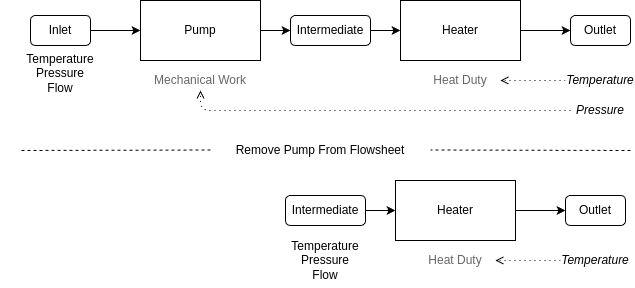
Earlier version of the draw.io export paper/assets/deleting-replacement.drawio.png (bertkdowns/pyomo-replace). Source tidied: cells renumbered, new cells last; positions are measured from the earlier drawing's top-left corner, leaving out a move shared by most shapes. The source it was exported from:
```xml
<mxGraphModel>
  <root>
    <mxCell id="0" />
    <mxCell id="1" parent="0" />
    <mxCell id="2" style="edgeStyle=none;html=1;" parent="1" edge="1" source="3" target="12">
      <mxGeometry relative="1" as="geometry" />
    </mxCell>
    <mxCell id="3" value="Pump" style="rounded=0;whiteSpace=wrap;html=1;" parent="1" vertex="1">
      <mxGeometry x="140" width="120" height="60" as="geometry" />
    </mxCell>
    <mxCell id="4" style="edgeStyle=none;html=1;" parent="1" edge="1" source="5">
      <mxGeometry relative="1" as="geometry">
        <mxPoint x="570" y="30" as="targetPoint" />
      </mxGeometry>
    </mxCell>
    <mxCell id="5" value="Heater" style="rounded=0;whiteSpace=wrap;html=1;" parent="1" vertex="1">
      <mxGeometry x="400" width="120" height="60" as="geometry" />
    </mxCell>
    <mxCell id="6" value="Mechanical Work" style="text;html=1;align=center;verticalAlign=middle;whiteSpace=wrap;rounded=0;fontColor=#666666;" parent="1" vertex="1">
      <mxGeometry x="140" y="70" width="120" height="20" as="geometry" />
    </mxCell>
    <mxCell id="7" value="Heat Duty" style="text;html=1;align=center;verticalAlign=middle;whiteSpace=wrap;rounded=0;fontColor=#666666;" parent="1" vertex="1">
      <mxGeometry x="420" y="70" width="80" height="20" as="geometry" />
    </mxCell>
    <mxCell id="8" value="Temperature&lt;div&gt;Pressure&lt;/div&gt;&lt;div&gt;Flow&lt;/div&gt;" style="text;html=1;align=center;verticalAlign=middle;whiteSpace=wrap;rounded=0;" parent="1" vertex="1">
      <mxGeometry y="45" width="120" height="55" as="geometry" />
    </mxCell>
    <mxCell id="9" style="edgeStyle=none;html=1;" parent="1" edge="1" source="10" target="3">
      <mxGeometry relative="1" as="geometry" />
    </mxCell>
    <mxCell id="10" value="Inlet" style="rounded=1;whiteSpace=wrap;html=1;" parent="1" vertex="1">
      <mxGeometry x="30" y="15" width="60" height="30" as="geometry" />
    </mxCell>
    <mxCell id="11" style="edgeStyle=none;html=1;" parent="1" edge="1" source="12" target="5">
      <mxGeometry relative="1" as="geometry" />
    </mxCell>
    <mxCell id="12" value="Intermediate" style="rounded=1;whiteSpace=wrap;html=1;" parent="1" vertex="1">
      <mxGeometry x="290" y="15" width="80" height="30" as="geometry" />
    </mxCell>
    <mxCell id="13" value="Outlet" style="rounded=1;whiteSpace=wrap;html=1;" parent="1" vertex="1">
      <mxGeometry x="570" y="15" width="60" height="30" as="geometry" />
    </mxCell>
    <mxCell id="14" style="edgeStyle=none;html=1;dashed=1;dashPattern=1 4;endArrow=open;endFill=0;" parent="1" edge="1" source="15" target="7">
      <mxGeometry relative="1" as="geometry" />
    </mxCell>
    <mxCell id="15" value="Temperature" style="text;html=1;align=center;verticalAlign=middle;whiteSpace=wrap;rounded=0;fontStyle=2;" parent="1" vertex="1">
      <mxGeometry x="565" y="70" width="70" height="20" as="geometry" />
    </mxCell>
    <mxCell id="16" style="edgeStyle=none;html=1;entryX=0.5;entryY=1;entryDx=0;entryDy=0;dashed=1;dashPattern=1 4;endArrow=open;endFill=0;" parent="1" edge="1" source="17" target="6">
      <mxGeometry relative="1" as="geometry">
        <Array as="points">
          <mxPoint x="200" y="110" />
        </Array>
      </mxGeometry>
    </mxCell>
    <mxCell id="17" value="Pressure" style="text;html=1;align=center;verticalAlign=middle;whiteSpace=wrap;rounded=0;fontStyle=2;" parent="1" vertex="1">
      <mxGeometry x="570" y="100" width="60" height="20" as="geometry" />
    </mxCell>
    <mxCell id="18" value="Remove Pump From Flowsheet" style="text;html=1;align=center;verticalAlign=middle;whiteSpace=wrap;rounded=0;" parent="1" vertex="1">
      <mxGeometry x="210" y="130" width="220" height="40" as="geometry" />
    </mxCell>
    <mxCell id="19" style="endArrow=none;html=1;dashed=1;" parent="1" edge="1">
      <mxGeometry relative="1" as="geometry">
        <mxPoint x="210" y="149.5" as="sourcePoint" />
        <mxPoint x="20" y="150" as="targetPoint" />
      </mxGeometry>
    </mxCell>
    <mxCell id="20" style="endArrow=none;html=1;dashed=1;" parent="1" edge="1">
      <mxGeometry relative="1" as="geometry">
        <mxPoint x="630" y="150" as="sourcePoint" />
        <mxPoint x="430" y="149.5" as="targetPoint" />
      </mxGeometry>
    </mxCell>
    <mxCell id="21" style="edgeStyle=none;html=1;" parent="1" edge="1" source="22">
      <mxGeometry relative="1" as="geometry">
        <mxPoint x="565" y="210" as="targetPoint" />
      </mxGeometry>
    </mxCell>
    <mxCell id="22" value="Heater" style="rounded=0;whiteSpace=wrap;html=1;" parent="1" vertex="1">
      <mxGeometry x="395" y="180" width="120" height="60" as="geometry" />
    </mxCell>
    <mxCell id="23" value="Heat Duty" style="text;html=1;align=center;verticalAlign=middle;whiteSpace=wrap;rounded=0;fontColor=#666666;" parent="1" vertex="1">
      <mxGeometry x="415" y="250" width="80" height="20" as="geometry" />
    </mxCell>
    <mxCell id="24" value="Temperature&lt;div&gt;Pressure&lt;/div&gt;&lt;div&gt;Flow&lt;/div&gt;" style="text;html=1;align=center;verticalAlign=middle;whiteSpace=wrap;rounded=0;" parent="1" vertex="1">
      <mxGeometry x="265" y="232.5" width="120" height="55" as="geometry" />
    </mxCell>
    <mxCell id="25" style="edgeStyle=none;html=1;" parent="1" edge="1" source="26" target="22">
      <mxGeometry relative="1" as="geometry" />
    </mxCell>
    <mxCell id="26" value="Intermediate" style="rounded=1;whiteSpace=wrap;html=1;" parent="1" vertex="1">
      <mxGeometry x="285" y="195" width="80" height="30" as="geometry" />
    </mxCell>
    <mxCell id="27" value="Outlet" style="rounded=1;whiteSpace=wrap;html=1;" parent="1" vertex="1">
      <mxGeometry x="565" y="195" width="60" height="30" as="geometry" />
    </mxCell>
    <mxCell id="28" style="edgeStyle=none;html=1;dashed=1;dashPattern=1 4;endArrow=open;endFill=0;" parent="1" edge="1" source="29" target="23">
      <mxGeometry relative="1" as="geometry" />
    </mxCell>
    <mxCell id="29" value="Temperature" style="text;html=1;align=center;verticalAlign=middle;whiteSpace=wrap;rounded=0;fontStyle=2;" parent="1" vertex="1">
      <mxGeometry x="560" y="250" width="70" height="20" as="geometry" />
    </mxCell>
  </root>
</mxGraphModel>
```
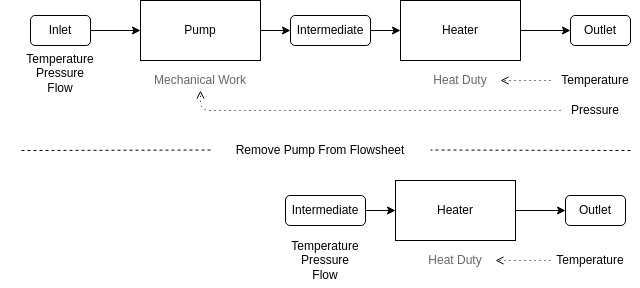
The same diagram one commit later.

The edit, as a diff of the source:
```diff
@@ -43,8 +43,8 @@
     <mxCell id="14" style="edgeStyle=none;html=1;dashed=1;dashPattern=1 4;endArrow=open;endFill=0;" parent="1" edge="1" source="15" target="7">
       <mxGeometry relative="1" as="geometry" />
     </mxCell>
-    <mxCell id="15" value="Temperature" style="text;html=1;align=center;verticalAlign=middle;whiteSpace=wrap;rounded=0;fontStyle=2;" parent="1" vertex="1">
-      <mxGeometry x="565" y="70" width="70" height="20" as="geometry" />
+    <mxCell id="15" value="Temperature" style="text;html=1;align=center;verticalAlign=middle;whiteSpace=wrap;rounded=0;fontStyle=0;" parent="1" vertex="1">
+      <mxGeometry x="550" y="70" width="90" height="20" as="geometry" />
     </mxCell>
     <mxCell id="16" style="edgeStyle=none;html=1;entryX=0.5;entryY=1;entryDx=0;entryDy=0;dashed=1;dashPattern=1 4;endArrow=open;endFill=0;" parent="1" edge="1" source="17" target="6">
       <mxGeometry relative="1" as="geometry">
@@ -53,8 +53,8 @@
         </Array>
       </mxGeometry>
     </mxCell>
-    <mxCell id="17" value="Pressure" style="text;html=1;align=center;verticalAlign=middle;whiteSpace=wrap;rounded=0;fontStyle=2;" parent="1" vertex="1">
-      <mxGeometry x="570" y="100" width="60" height="20" as="geometry" />
+    <mxCell id="17" value="Pressure" style="text;html=1;align=center;verticalAlign=middle;whiteSpace=wrap;rounded=0;fontStyle=0;" parent="1" vertex="1">
+      <mxGeometry x="560" y="100" width="70" height="20" as="geometry" />
     </mxCell>
     <mxCell id="18" value="Remove Pump From Flowsheet" style="text;html=1;align=center;verticalAlign=middle;whiteSpace=wrap;rounded=0;" parent="1" vertex="1">
       <mxGeometry x="210" y="130" width="220" height="40" as="geometry" />
@@ -97,8 +97,8 @@
     <mxCell id="28" style="edgeStyle=none;html=1;dashed=1;dashPattern=1 4;endArrow=open;endFill=0;" parent="1" edge="1" source="29" target="23">
       <mxGeometry relative="1" as="geometry" />
     </mxCell>
-    <mxCell id="29" value="Temperature" style="text;html=1;align=center;verticalAlign=middle;whiteSpace=wrap;rounded=0;fontStyle=2;" parent="1" vertex="1">
-      <mxGeometry x="560" y="250" width="70" height="20" as="geometry" />
+    <mxCell id="29" value="Temperature" style="text;html=1;align=center;verticalAlign=middle;whiteSpace=wrap;rounded=0;fontStyle=0;" parent="1" vertex="1">
+      <mxGeometry x="550" y="250" width="80" height="20" as="geometry" />
     </mxCell>
   </root>
 </mxGraphModel>
```
